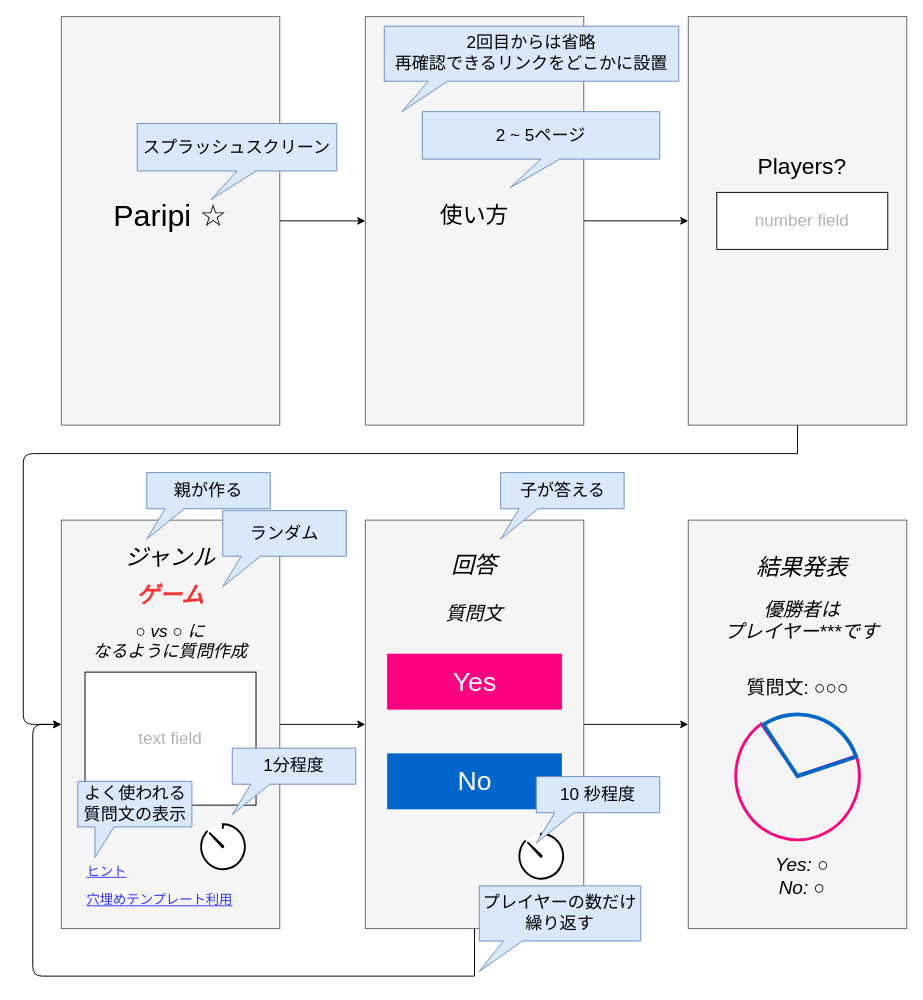
The draw.io diagram documentations/wireframe/partytion-mock.drawio in naruhiyo/partytion, before the edit. Source tidied: cells renumbered, new cells numbered last; positions are measured from the earlier drawing's top-left corner, leaving out a move shared by most shapes. Both pictures are drawn from the tidied source at 95%, with x=0, y=0 at pixel (4, 16).
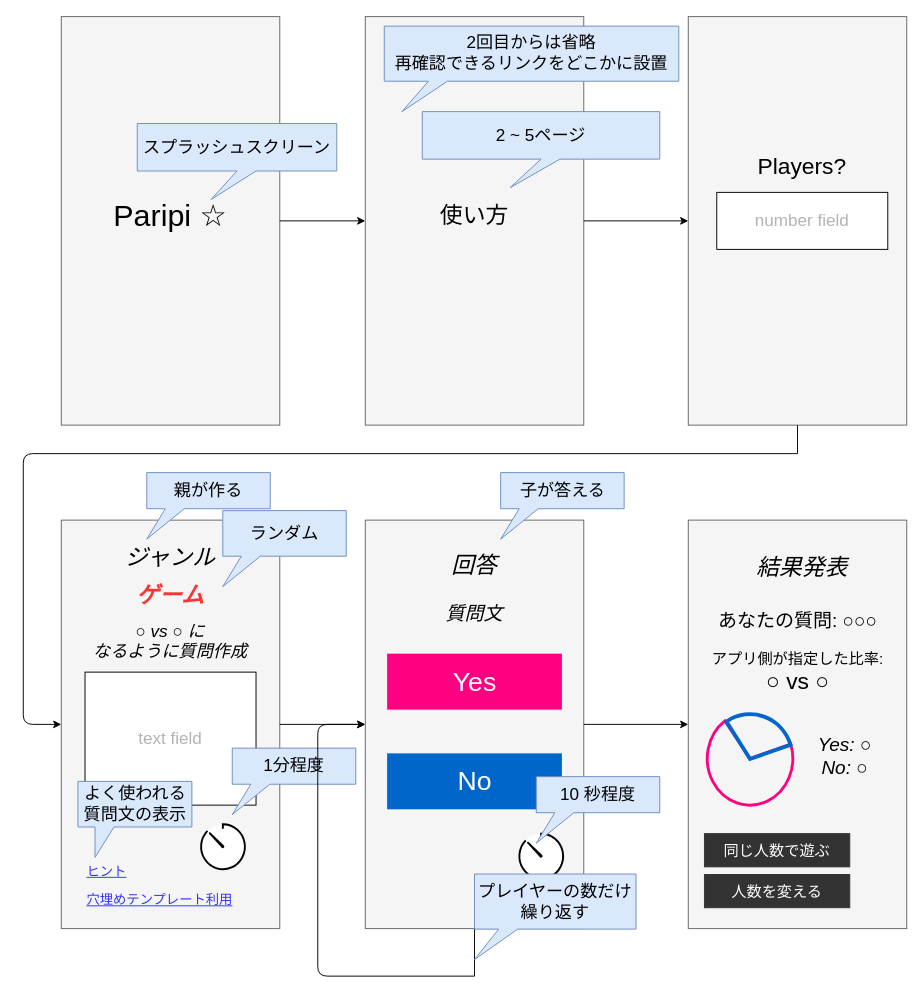
The same diagram, later.

The change refers to these unchanged cells:
```xml
<mxCell id="24" style="rounded=0;whiteSpace=wrap;html=1;fillColor=#f5f5f5;strokeColor=#666666;fontColor=#333333;" parent="1" vertex="1">
  <mxGeometry x="380" y="530" width="230" height="430" as="geometry" />
</mxCell>
```

What changed in the source:
```diff
@@
-    <mxCell id="38" style="verticalLabelPosition=bottom;verticalAlign=top;html=1;shape=mxgraph.basic.pie;startAngle=0.2;endAngle=0.9;labelBackgroundColor=none;strokeColor=#FF0080;fillColor=none;fontSize=28;fontColor=#FFFFFF;align=center;strokeWidth=3;" parent="1" vertex="1">
-      <mxGeometry x="770" y="731.5" width="130" height="135" as="geometry" />
-    </mxCell>
-    <mxCell id="39" style="verticalLabelPosition=bottom;verticalAlign=top;html=1;shape=mxgraph.basic.pie;startAngle=0.4072264209222577;endAngle=0.6993170707567271;labelBackgroundColor=none;strokeColor=#0066CC;fillColor=none;fontSize=28;fontColor=#FFFFFF;align=center;rotation=180;strokeWidth=4;" parent="1" vertex="1">
-      <mxGeometry x="770" y="734.5" width="130" height="130" as="geometry" />
-    </mxCell>
     <mxCell id="40" value="&lt;font style=&quot;font-size: 20px&quot;&gt;&lt;i&gt;Yes: ○&lt;br&gt;No: ○&lt;br&gt;&lt;/i&gt;&lt;/font&gt;" style="text;html=1;strokeColor=none;fillColor=none;align=center;verticalAlign=middle;whiteSpace=wrap;rounded=0;" parent="1" vertex="1">
-      <mxGeometry x="750" y="881.5" width="180" height="45" as="geometry" />
+      <mxGeometry x="830" y="755" width="110" height="45" as="geometry" />
     </mxCell>
-    <mxCell id="41" style="edgeStyle=elbowEdgeStyle;elbow=horizontal;endArrow=classic;html=1;" parent="1" edge="1">
+    <mxCell id="41" style="edgeStyle=elbowEdgeStyle;elbow=horizontal;endArrow=classic;html=1;entryX=0;entryY=0.5;entryDx=0;entryDy=0;" parent="1" edge="1" target="24">
       <mxGeometry relative="1" as="geometry">
         <mxPoint x="495" y="1010" as="sourcePoint" />
-        <mxPoint x="60" y="745" as="targetPoint" />
         <Array as="points">
-          <mxPoint x="30" y="500" />
+          <mxPoint x="330" y="890" />
           <mxPoint x="10" y="600" />
           <mxPoint x="30" y="500" />
         </Array>
       </mxGeometry>
     </mxCell>
@@
-    <mxCell id="43" value="&lt;font style=&quot;font-size: 20px&quot;&gt;&lt;i&gt;優勝者は&lt;br&gt;プレイヤー***です&lt;br&gt;&lt;/i&gt;&lt;/font&gt;" style="text;html=1;strokeColor=none;fillColor=none;align=center;verticalAlign=middle;whiteSpace=wrap;rounded=0;" parent="1" vertex="1">
-      <mxGeometry x="750" y="610" width="180" height="50" as="geometry" />
-    </mxCell>
-    <mxCell id="44" value="&lt;font style=&quot;font-size: 20px&quot;&gt;質問文: ○○○&lt;/font&gt;" style="text;html=1;fontSize=28;fontColor=#000000;align=center;" parent="1" vertex="1">
-      <mxGeometry x="750" y="680" width="170" height="50" as="geometry" />
+    <mxCell id="44" value="&lt;font style=&quot;font-size: 20px&quot;&gt;あなたの質問: ○○○&lt;/font&gt;" style="text;html=1;fontSize=28;fontColor=#000000;align=center;" parent="1" vertex="1">
+      <mxGeometry x="750" y="610" width="170" height="50" as="geometry" />
     </mxCell>
     <mxCell id="45" value="&lt;span style=&quot;font-size: 18px&quot;&gt;プレイヤーの数だけ繰り返す&lt;/span&gt;" style="shape=callout;whiteSpace=wrap;html=1;perimeter=calloutPerimeter;position2=0;fillColor=#dae8fc;strokeColor=#6c8ebf;size=32;position=0.15;" parent="1" vertex="1">
-      <mxGeometry x="500" y="915" width="170" height="90" as="geometry" />
+      <mxGeometry x="495" y="902.5" width="170" height="90" as="geometry" />
     </mxCell>
@@
+    <mxCell id="48" value="&lt;font&gt;アプリ側が指定した比率: &lt;br&gt;&lt;font style=&quot;font-size: 24px&quot;&gt;○ vs ○&lt;/font&gt;&lt;/font&gt;" style="text;html=1;fontSize=16;fontColor=#000000;align=center;verticalAlign=middle;" parent="1" vertex="1">
+      <mxGeometry x="720" y="660" width="230" height="60" as="geometry" />
+    </mxCell>
+    <mxCell id="49" style="group;" parent="1" vertex="1">
+      <mxGeometry x="740" y="732" width="90" height="98" as="geometry" />
+    </mxCell>
+    <mxCell id="38" style="verticalLabelPosition=bottom;verticalAlign=top;html=1;shape=mxgraph.basic.pie;startAngle=0.2;endAngle=0.9;labelBackgroundColor=none;strokeColor=#FF0080;fillColor=none;fontSize=28;fontColor=#FFFFFF;align=center;strokeWidth=3;" parent="49" vertex="1">
+      <mxGeometry width="90" height="98" as="geometry" />
+    </mxCell>
+    <mxCell id="39" style="verticalLabelPosition=bottom;verticalAlign=top;html=1;shape=mxgraph.basic.pie;startAngle=0.4072264209222577;endAngle=0.6993170707567271;labelBackgroundColor=none;strokeColor=#0066CC;fillColor=none;fontSize=28;fontColor=#FFFFFF;align=center;rotation=180;strokeWidth=4;" parent="49" vertex="1">
+      <mxGeometry y="2.2" width="90" height="94.4" as="geometry" />
+    </mxCell>
+    <mxCell id="50" value="同じ人数で遊ぶ" style="rounded=0;whiteSpace=wrap;html=1;labelBackgroundColor=none;strokeColor=#333333;align=center;fillColor=#333333;labelBorderColor=none;fontSize=16;fontColor=#FFFFFF;" parent="1" vertex="1">
+      <mxGeometry x="737" y="860" width="153" height="35" as="geometry" />
+    </mxCell>
+    <mxCell id="51" value="人数を変える" style="rounded=0;whiteSpace=wrap;html=1;labelBackgroundColor=none;strokeColor=#333333;align=center;fillColor=#333333;labelBorderColor=none;fontSize=16;fontColor=#FFFFFF;" parent="1" vertex="1">
+      <mxGeometry x="737" y="903" width="153" height="35" as="geometry" />
+    </mxCell>
```
